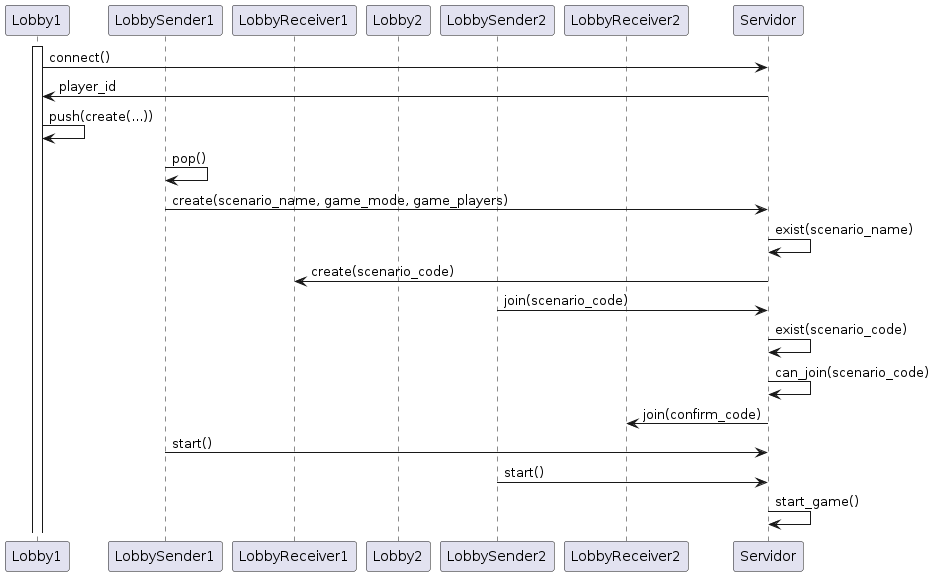
Before: doc/diseño de hilos/images/img1.png, a diagram exported from PlantUML (Fanusaez/Left4Dead).
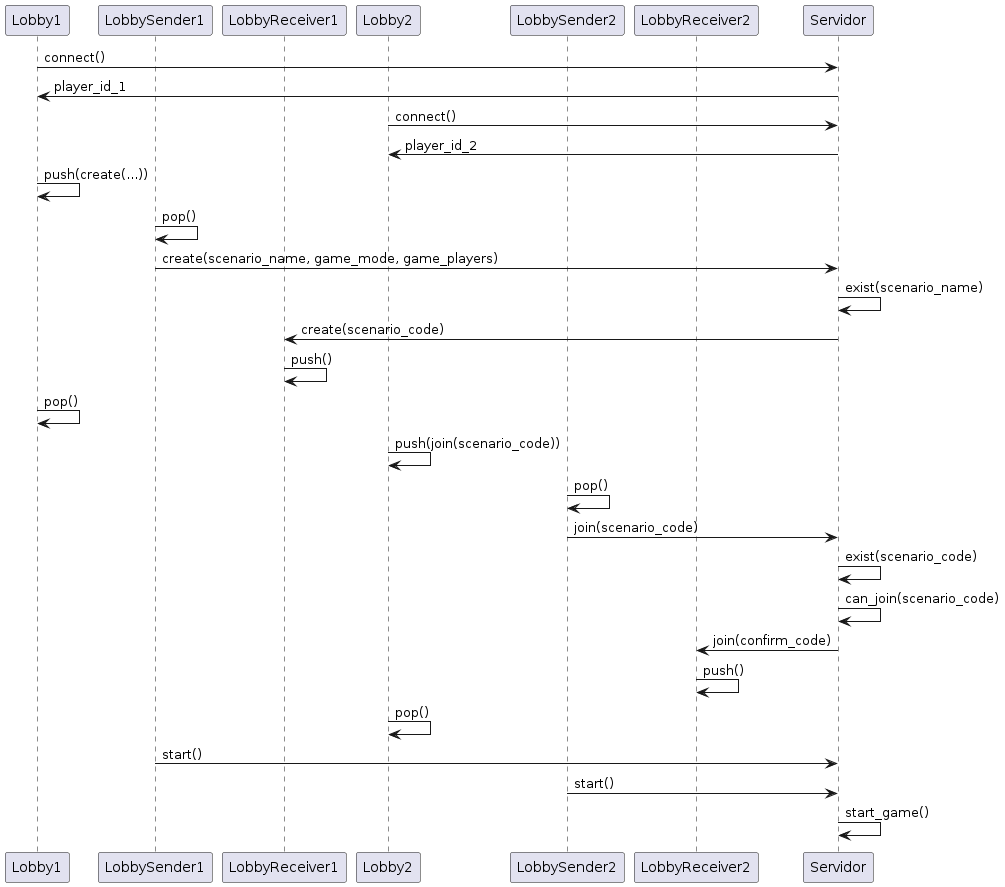
Later version of the same file.

Commit message:
Actualizo diagrama de sequencia

What changed in the source:
```diff
@@ -10,10 +10,13 @@
 
 participant Servidor
 
-activate Lobby1
 Lobby1 -> Servidor: connect()
 
-Servidor -> Lobby1: player_id
+Servidor -> Lobby1: player_id_1
+
+Lobby2 -> Servidor: connect()
+
+Servidor -> Lobby2: player_id_2
 
 Lobby1 -> Lobby1: push(create(...))
 
@@ -25,6 +28,14 @@
 
 Servidor -> LobbyReceiver1: create(scenario_code)
 
+LobbyReceiver1 -> LobbyReceiver1: push()
+
+Lobby1 -> Lobby1: pop()
+
+Lobby2 -> Lobby2: push(join(scenario_code))
+
+LobbySender2 -> LobbySender2: pop()
+
 LobbySender2 -> Servidor: join(scenario_code)
 
 Servidor -> Servidor: exist(scenario_code)
@@ -33,6 +44,10 @@
 
 Servidor -> LobbyReceiver2: join(confirm_code)
 
+LobbyReceiver2 -> LobbyReceiver2: push()
+
+Lobby2 -> Lobby2: pop()
+
 LobbySender1 -> Servidor: start()
 
 LobbySender2 -> Servidor: start()
```
